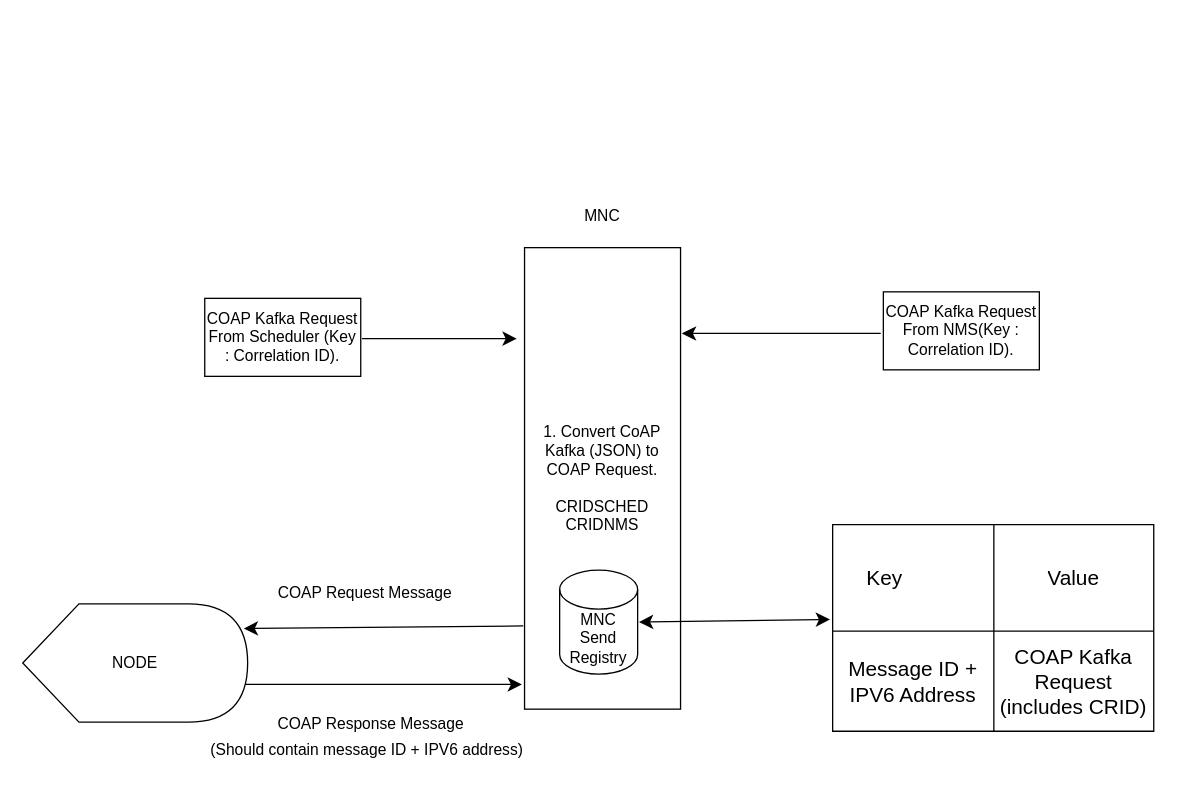
anshuldevmehta/RandomDiagrams keeps this draw.io diagram as MNC.drawio. Above is the earlier version. Source tidied: cells renumbered, new cells numbered last; positions are measured from the earlier drawing's top-left corner, leaving out a move shared by most shapes. Both pictures are drawn from the tidied source at 130%, with x=0, y=0 at pixel (22, 196).
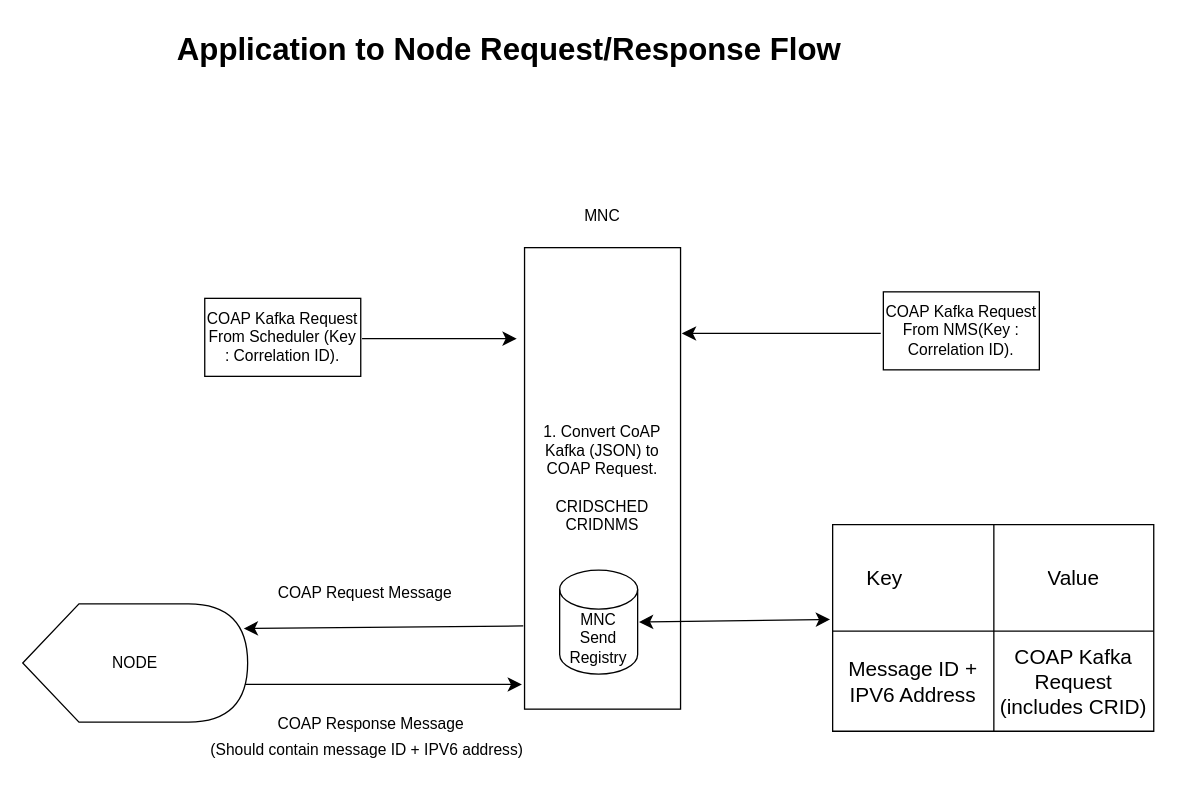
The same diagram, later.

Change to the diagram source:
```diff
@@
+    <mxCell id="23" value="&lt;h1 style=&quot;margin-top: 0px;&quot;&gt;Application to Node Request/Response Flow&lt;/h1&gt;&lt;p&gt;&lt;br&gt;&lt;/p&gt;" style="text;html=1;whiteSpace=wrap;overflow=hidden;rounded=0;" parent="1" vertex="1">
+      <mxGeometry x="117" y="-134" width="693" height="45" as="geometry" />
+    </mxCell>
```
